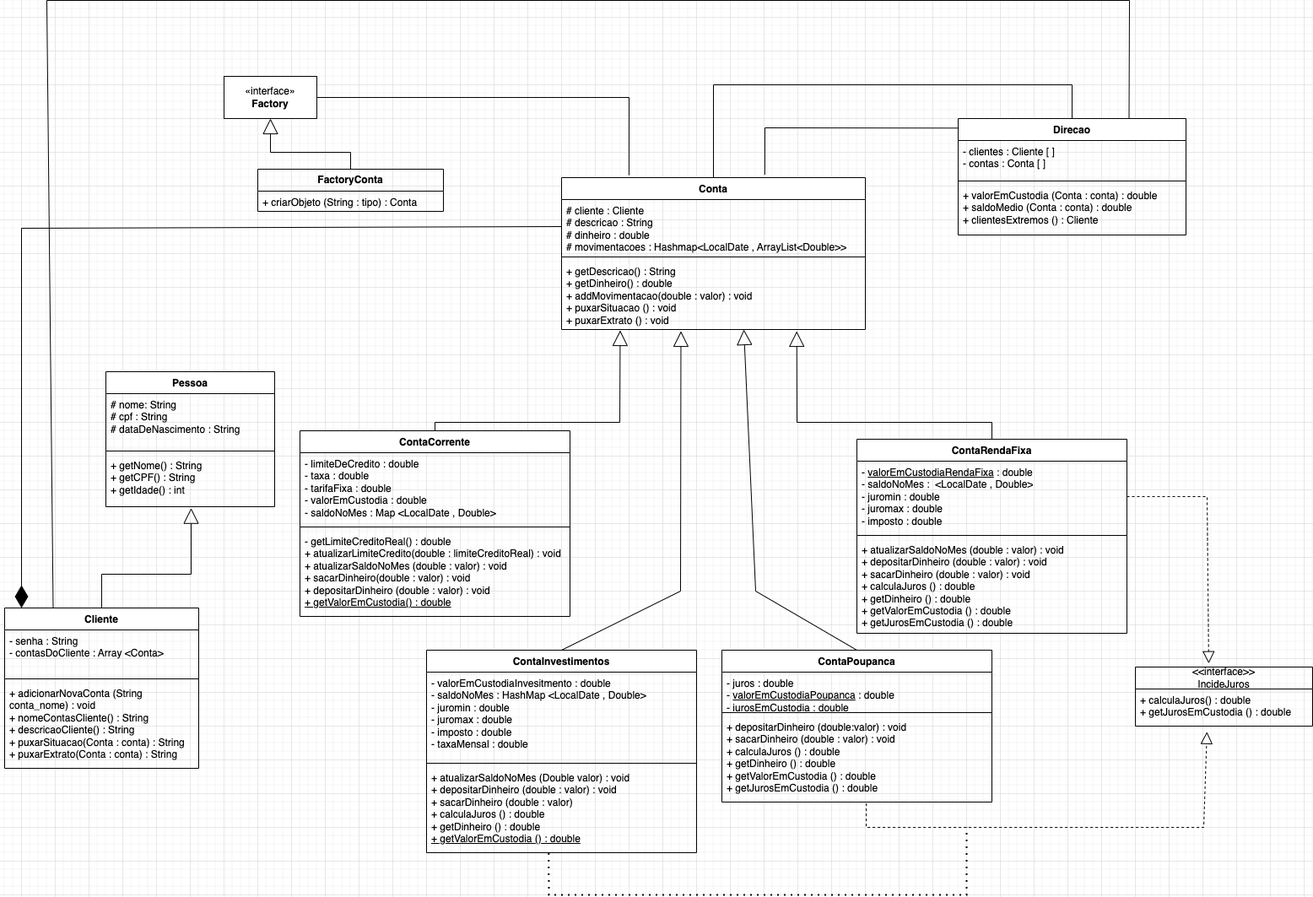
The draw.io diagram Diagramas/DiagramaDeClasses.drawio.png in eduardobandeiramg/PM_Xubank, before a commit. Source tidied: cells renumbered, new cells last; positions are measured from the earlier drawing's top-left corner, leaving out a move shared by most shapes.
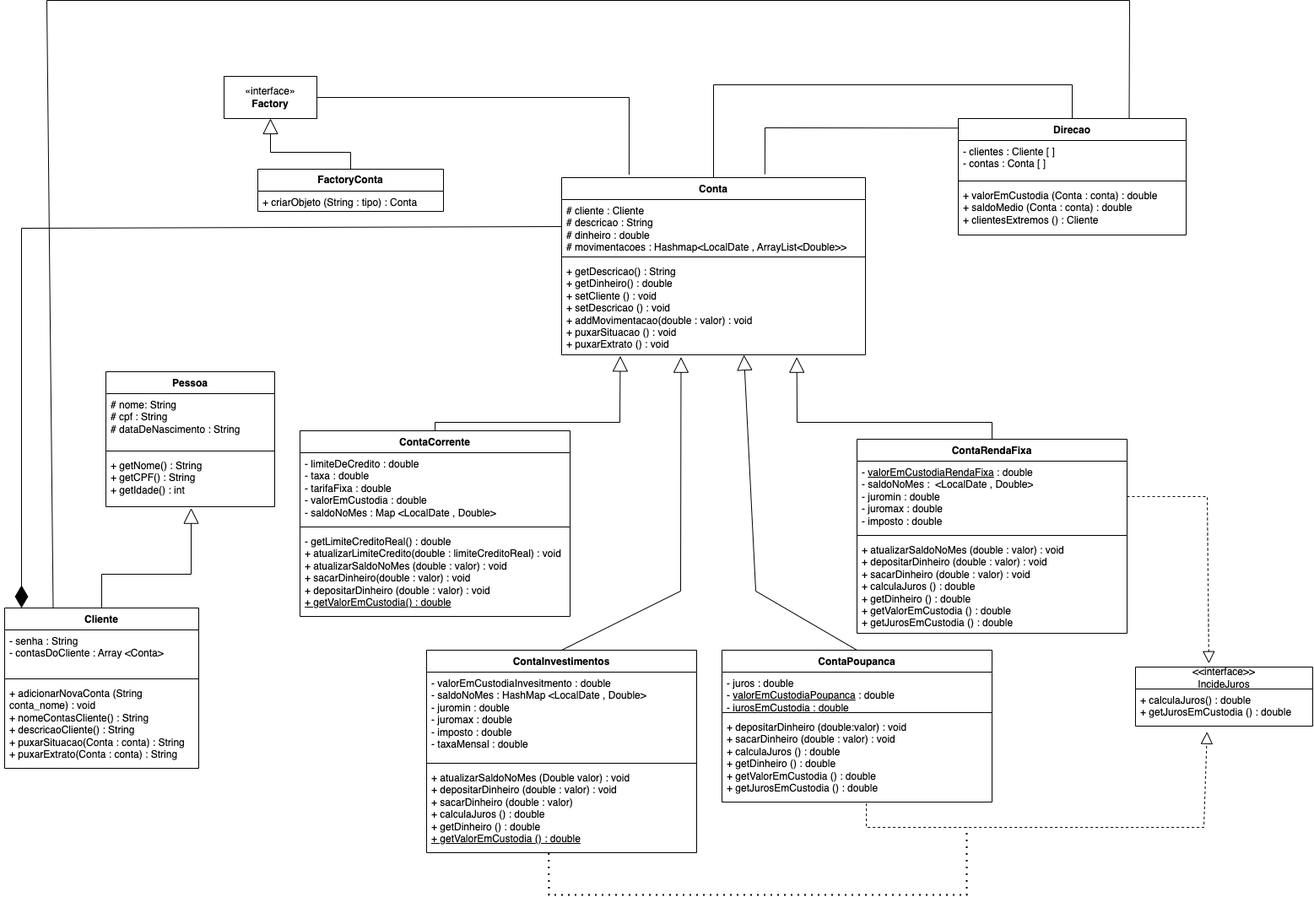
After the change.

Commit message:
atualizando diagrama

Change to the diagram source:
```diff
@@ -35,7 +35,7 @@
       </mxGeometry>
     </mxCell>
     <mxCell id="11" value="Conta" style="swimlane;fontStyle=1;align=center;verticalAlign=top;horizontal=1;startSize=26;whiteSpace=wrap;html=1;" parent="1" vertex="1">
-      <mxGeometry x="660" y="210" width="360" height="180" as="geometry" />
+      <mxGeometry x="660" y="210" width="360" height="210" as="geometry" />
     </mxCell>
     <mxCell id="12" value="# cliente : Cliente&lt;br&gt;# descricao : String&lt;br&gt;# dinheiro : double&lt;br&gt;# movimentacoes : Hashmap&amp;lt;LocalDate , ArrayList&amp;lt;Double&amp;gt;&amp;gt;&lt;br&gt;&lt;u&gt;# valorEmCustodia: double&lt;/u&gt;" style="text;strokeColor=none;fillColor=none;align=left;verticalAlign=top;spacingLeft=4;spacingRight=4;overflow=hidden;points=[[0,0.5],[1,0.5]];portConstraint=eastwest;whiteSpace=wrap;html=1;" parent="11" vertex="1">
       <mxGeometry y="26" width="360" height="64" as="geometry" />
@@ -43,8 +43,8 @@
     <mxCell id="13" style="line;strokeWidth=1;fillColor=none;align=left;verticalAlign=middle;spacingTop=-1;spacingLeft=3;spacingRight=3;labelPosition=right;strokeColor=inherit;" parent="11" vertex="1">
       <mxGeometry y="90" width="360" height="8" as="geometry" />
     </mxCell>
-    <mxCell id="14" value="+ getDescricao() : String&lt;br&gt;+ getDinheiro() : double&lt;br&gt;+ addMovimentacao(double : valor) : void&lt;br&gt;+ puxarSituacao () : void&lt;br&gt;+ puxarExtrato () : void&lt;br style=&quot;border-color: var(--border-color);&quot;&gt;" style="text;strokeColor=none;fillColor=none;align=left;verticalAlign=top;spacingLeft=4;spacingRight=4;overflow=hidden;points=[[0,0.5],[1,0.5]];portConstraint=eastwest;whiteSpace=wrap;html=1;" parent="11" vertex="1">
-      <mxGeometry y="98" width="360" height="82" as="geometry" />
+    <mxCell id="14" value="+ getDescricao() : String&lt;br&gt;+ getDinheiro() : double&lt;br&gt;+ setCliente () : void&lt;br&gt;+ setDescricao () : void&lt;br&gt;+ addMovimentacao(double : valor) : void&lt;br&gt;+ puxarSituacao () : void&lt;br&gt;+ puxarExtrato () : void" style="text;strokeColor=none;fillColor=none;align=left;verticalAlign=top;spacingLeft=4;spacingRight=4;overflow=hidden;points=[[0,0.5],[1,0.5]];portConstraint=eastwest;whiteSpace=wrap;html=1;" parent="11" vertex="1">
+      <mxGeometry y="98" width="360" height="112" as="geometry" />
     </mxCell>
     <mxCell id="15" value="ContaCorrente" style="swimlane;fontStyle=1;align=center;verticalAlign=top;horizontal=1;startSize=26;whiteSpace=wrap;html=1;" parent="1" vertex="1">
       <mxGeometry x="350" y="510" width="320" height="220" as="geometry" />
```
